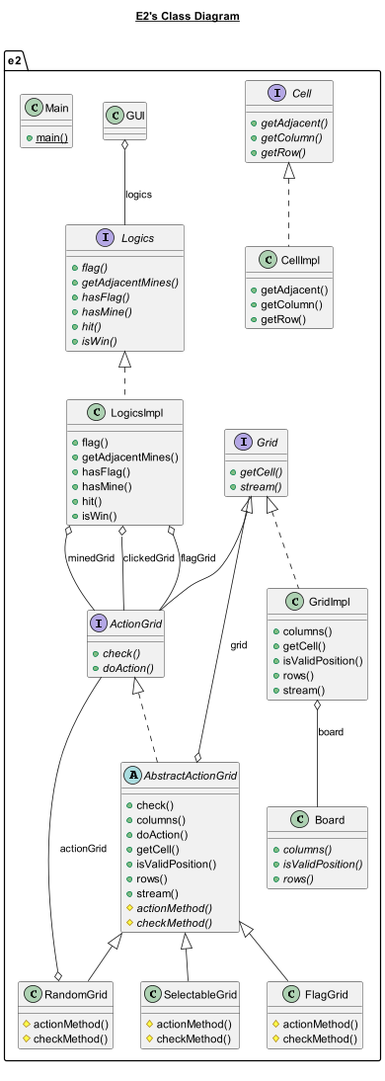
Before: src/e2/UML.png, a diagram exported from PlantUML (MarcoFratta/pps-22-23-lab01b).
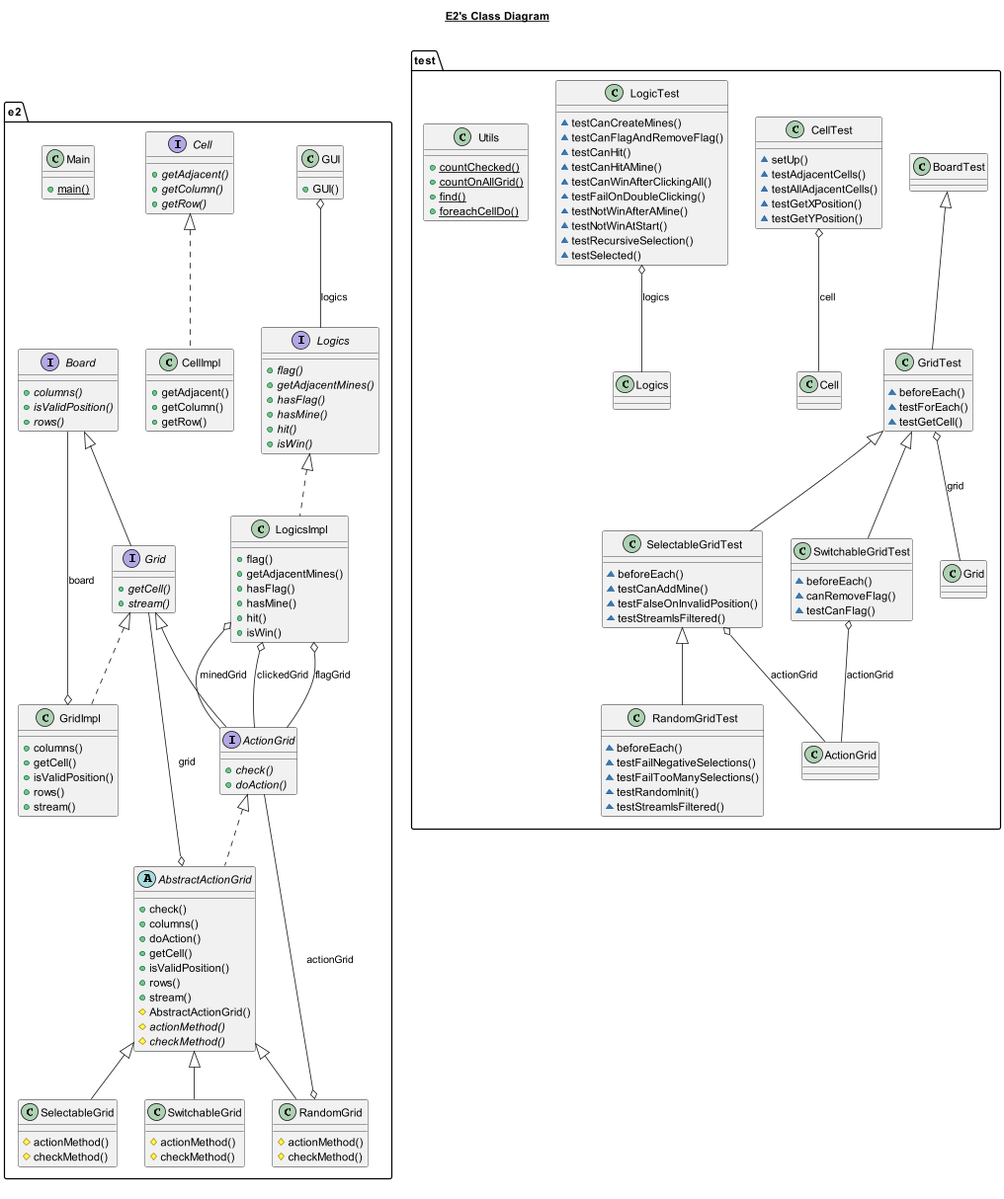
Later version of the same file.

Commit message:
Modified UML and GUI improvements

What changed in the source:
```diff
@@ -11,10 +11,19 @@
         + isValidPosition()
         + rows()
         + stream()
+        # AbstractActionGrid()
         {abstract} # actionMethod()
         {abstract} # checkMethod()
     }
   }
+
+    namespace e2 {
+        interface e2.Board {
+            {abstract} + columns()
+            {abstract} + isValidPosition()
+            {abstract} + rows()
+        }
+      }
 
 
   namespace e2 {
@@ -39,20 +48,14 @@
         + getAdjacent()
         + getColumn()
         + getRow()
-    }
-  }
 
-
-  namespace e2 {
-    class e2.FlagGrid {
-        # actionMethod()
-        # checkMethod()
     }
   }
 
 
   namespace e2 {
     class e2.GUI {
+        + GUI()
     }
   }
 
@@ -109,22 +112,14 @@
     }
   }
 
-  namespace e2{
-  class e2.Board{
-         {abstract} + columns()
-          {abstract} + isValidPosition()
-          {abstract} + rows()
-    }
-  }
-
-
-
   namespace e2 {
     class e2.RandomGrid {
         # actionMethod()
         # checkMethod()
+
     }
   }
+
 
 
   namespace e2 {
@@ -135,10 +130,17 @@
   }
 
 
+  namespace e2 {
+    class e2.SwitchableGrid {
+        # actionMethod()
+        # checkMethod()
+    }
+  }
+
+
   e2.AbstractActionGrid .up.|> e2.ActionGrid
   e2.AbstractActionGrid o-- e2.Grid : grid
   e2.CellImpl .up.|> e2.Cell
-  e2.FlagGrid -up-|> e2.AbstractActionGrid
   e2.GUI o-- e2.Logics : logics
   e2.GridImpl .up.|> e2.Grid
   e2.GridImpl o-- e2.Board : board
@@ -149,7 +151,97 @@
   e2.RandomGrid -up-|> e2.AbstractActionGrid
   e2.RandomGrid o-- e2.ActionGrid : actionGrid
   e2.SelectableGrid -up-|> e2.AbstractActionGrid
+  e2.SwitchableGrid -up-|> e2.AbstractActionGrid
   e2.ActionGrid -up-|> e2.Grid
+  e2.Grid -up-|> e2.Board
+
+title __E2's Class Diagram__\n
+
+  namespace test {
+    class test.CellTest {
+        ~ setUp()
+        ~ testAdjacentCells()
+        ~ testAllAdjacentCells()
+        ~ testGetXPosition()
+        ~ testGetYPosition()
+    }
+  }
+
+
+  namespace test {
+    class test.GridTest {
+        ~ beforeEach()
+        ~ testForEach()
+        ~ testGetCell()
+    }
+  }
+
+
+  namespace test {
+    class test.LogicTest {
+        ~ testCanCreateMines()
+        ~ testCanFlagAndRemoveFlag()
+        ~ testCanHit()
+        ~ testCanHitAMine()
+        ~ testCanWinAfterClickingAll()
+        ~ testFailOnDoubleClicking()
+        ~ testNotWinAfterAMine()
+        ~ testNotWinAtStart()
+        ~ testRecursiveSelection()
+        ~ testSelected()
+    }
+  }
+
+
+  namespace test {
+    class test.RandomGridTest {
+        ~ beforeEach()
+        ~ testFailNegativeSelections()
+        ~ testFailTooManySelections()
+        ~ testRandomInit()
+        ~ testStreamIsFiltered()
+    }
+  }
+
+
+  namespace test {
+    class test.SelectableGridTest {
+        ~ beforeEach()
+        ~ testCanAddMine()
+        ~ testFalseOnInvalidPosition()
+        ~ testStreamIsFiltered()
+    }
+  }
+
+
+  namespace test {
+    class test.SwitchableGridTest {
+        ~ beforeEach()
+        ~ canRemoveFlag()
+        ~ testCanFlag()
+    }
+  }
+
+
+  namespace test {
+    class test.Utils {
+        {static} + countChecked()
+        {static} + countOnAllGrid()
+        {static} + find()
+        {static} + foreachCellDo()
+    }
+  }
+
+
+  test.CellTest o-- test.Cell : cell
+  test.GridTest -up-|> test.BoardTest
+  test.GridTest o-- test.Grid : grid
+  test.LogicTest o-- test.Logics : logics
+  test.RandomGridTest -up-|> test.SelectableGridTest
+  test.SelectableGridTest -up-|> test.GridTest
+  test.SelectableGridTest o-- test.ActionGrid : actionGrid
+  test.SwitchableGridTest -up-|> test.GridTest
+  test.SwitchableGridTest o-- test.ActionGrid : actionGrid
 
 
 right footer
```
